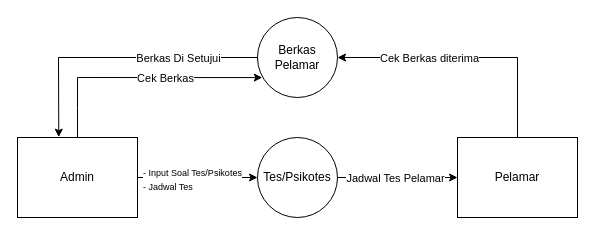
Earlier version of the draw.io diagram page "DFD LEVEL 1" (3 of 5) of Diagram Tanpa Judul.drawio (aybe438/aybe438). Source tidied: cells renumbered, new cells numbered last; positions are measured from the earlier drawing's top-left corner, leaving out a move shared by most shapes. Both pictures are drawn from the tidied source at 100%, with x=0, y=0 at pixel (17, 17).
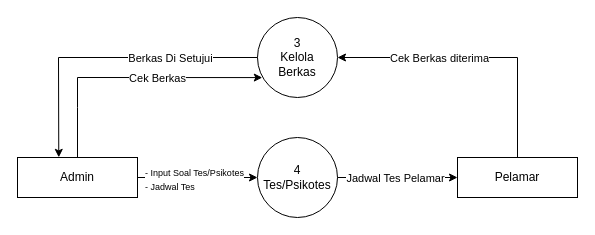
The same diagram, later.

The change refers to these unchanged cells:
```xml
<mxCell id="10" style="endArrow=classic;html=1;rounded=0;entryX=0;entryY=0.5;entryDx=0;entryDy=0;exitX=1;exitY=0.5;exitDx=0;exitDy=0;" parent="1" edge="1" source="4" target="3">
  <mxGeometry relative="1" as="geometry" />
</mxCell>
```

What changed in the source:
```diff
@@
-    <mxCell id="2" value="Berkas Pelamar" style="ellipse;whiteSpace=wrap;html=1;" parent="1" vertex="1">
+    <mxCell id="2" value="&lt;div&gt;&lt;span style=&quot;background-color: initial;&quot;&gt;3&lt;/span&gt;&lt;/div&gt;&lt;div&gt;&lt;span style=&quot;background-color: initial;&quot;&gt;Kelola&lt;/span&gt;&lt;/div&gt;&lt;div&gt;&lt;span style=&quot;background-color: initial;&quot;&gt;Berkas&lt;/span&gt;&lt;br&gt;&lt;/div&gt;" style="ellipse;whiteSpace=wrap;html=1;" parent="1" vertex="1">
       <mxGeometry x="240" width="80" height="80" as="geometry" />
     </mxCell>
-    <mxCell id="3" value="Tes/Psikotes" style="ellipse;whiteSpace=wrap;html=1;" parent="1" vertex="1">
+    <mxCell id="3" value="&lt;div&gt;4&lt;/div&gt;Tes/Psikotes" style="ellipse;whiteSpace=wrap;html=1;" parent="1" vertex="1">
       <mxGeometry x="240" y="120" width="80" height="80" as="geometry" />
     </mxCell>
     <mxCell id="4" value="Admin" style="rounded=0;whiteSpace=wrap;html=1;" parent="1" vertex="1">
-      <mxGeometry y="120" width="120" height="80" as="geometry" />
+      <mxGeometry y="140" width="120" height="40" as="geometry" />
     </mxCell>
     <mxCell id="5" value="Pelamar" style="rounded=0;whiteSpace=wrap;html=1;" parent="1" vertex="1">
-      <mxGeometry x="440" y="120" width="120" height="80" as="geometry" />
+      <mxGeometry x="440" y="140" width="120" height="40" as="geometry" />
     </mxCell>
@@
     <mxCell id="11" value="&lt;font style=&quot;font-size: 9px;&quot;&gt;- Input Soal Tes/Psikotes&lt;br&gt;- Jadwal Tes&lt;/font&gt;" style="edgeLabel;html=1;align=left;verticalAlign=middle;" parent="10" vertex="1">
       <mxGeometry x="0.01" y="-1" relative="1" as="geometry">
-        <mxPoint x="-57" as="offset" />
+        <mxPoint x="-55" as="offset" />
       </mxGeometry>
     </mxCell>
```
